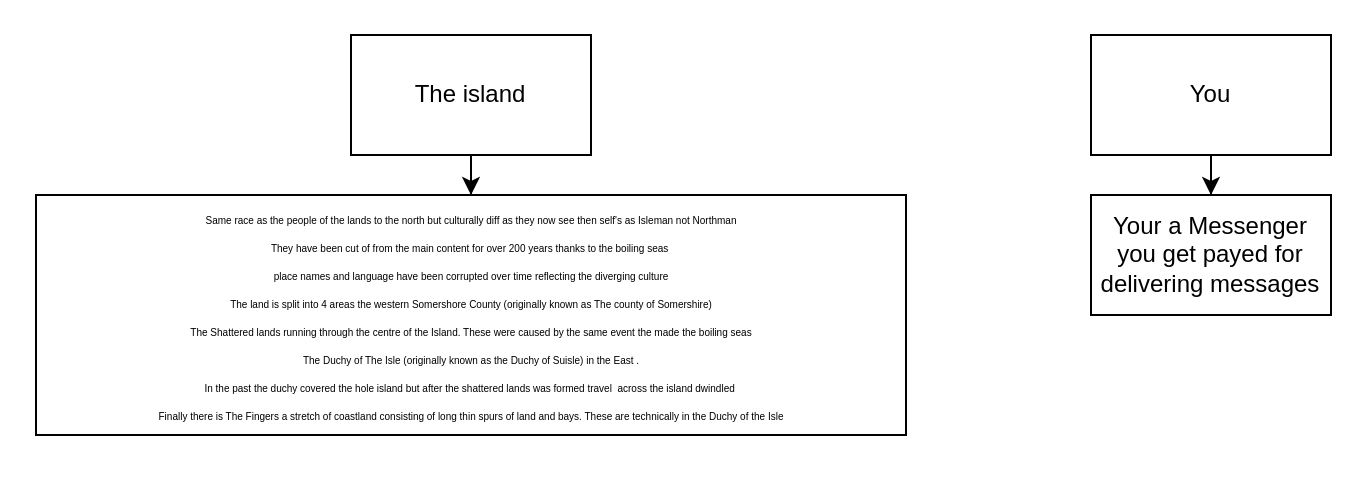
Above: Assets/Early Wiki/Overview.drawio in Auvili/ProjectRPG (draw.io), before the change. Source tidied: cells renumbered, new cells numbered last; positions are measured from the earlier drawing's top-left corner, leaving out a move shared by most shapes. Both pictures are drawn from the tidied source at 200%, with x=0, y=0 at pixel (34, 34).
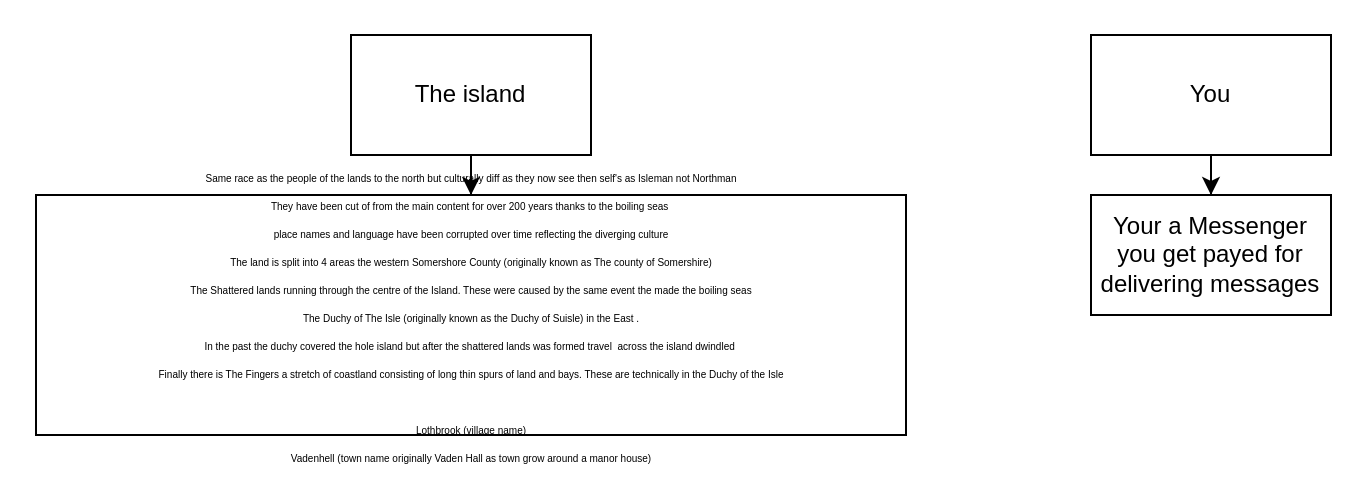
Above is the later version.

Diff of the diagram source:
```diff
@@
 <mxGraphModel>
   <root>
     <mxCell id="0" />
     <mxCell id="1" parent="0" />
     <mxCell id="2" style="edgeStyle=orthogonalEdgeStyle;rounded=0;jettySize=auto;html=1;entryX=0.5;entryY=0;entryDx=0;entryDy=0;" parent="1" edge="1" source="3" target="4">
       <mxGeometry relative="1" as="geometry" />
     </mxCell>
     <mxCell id="3" value="The island" style="rounded=0;whiteSpace=wrap;html=1;" parent="1" vertex="1">
       <mxGeometry x="158" width="120" height="60" as="geometry" />
     </mxCell>
-    <mxCell id="4" value="&lt;div style=&quot;text-wrap-mode: nowrap; line-height: 12px;&quot;&gt;&lt;font style=&quot;font-size: 5px; line-height: 5px;&quot;&gt;Same race as the people of the lands to the&amp;nbsp;&lt;/font&gt;&lt;span style=&quot;font-size: 5px; background-color: transparent; color: light-dark(rgb(0, 0, 0), rgb(255, 255, 255));&quot;&gt;north but culturally diff as they now see then self's as Isleman not Northman&lt;/span&gt;&lt;/div&gt;&lt;div style=&quot;text-wrap-mode: nowrap; line-height: 12px;&quot;&gt;&lt;span style=&quot;font-size: 5px; background-color: transparent; color: light-dark(rgb(0, 0, 0), rgb(255, 255, 255));&quot;&gt;They have been cut of from the main content for over 200 years thanks to the boiling seas&amp;nbsp;&lt;/span&gt;&lt;/div&gt;&lt;div style=&quot;text-wrap-mode: nowrap; line-height: 12px;&quot;&gt;&lt;span style=&quot;font-size: 5px;&quot;&gt;place names and language have been corrupted over time reflecting the diverging culture&lt;/span&gt;&lt;/div&gt;&lt;div style=&quot;text-wrap-mode: nowrap; line-height: 12px;&quot;&gt;&lt;span style=&quot;font-size: 5px;&quot;&gt;The land is split into 4 areas the western Somershore County (originally known as The county of Somershire)&lt;/span&gt;&lt;/div&gt;&lt;div style=&quot;text-wrap-mode: nowrap; line-height: 12px;&quot;&gt;&lt;span style=&quot;font-size: 5px;&quot;&gt;The Shattered lands running through the centre of the Island. These were caused by the same event the made the boiling seas&lt;/span&gt;&lt;/div&gt;&lt;div style=&quot;text-wrap-mode: nowrap; line-height: 12px;&quot;&gt;&lt;span style=&quot;font-size: 5px;&quot;&gt;The Duchy of The Isle (originally known as the Duchy of Suisle) in the East .&lt;/span&gt;&lt;/div&gt;&lt;div style=&quot;text-wrap-mode: nowrap; line-height: 12px;&quot;&gt;&lt;span style=&quot;font-size: 5px;&quot;&gt;In the past the duchy covered the hole island but after the shattered lands was formed travel&amp;nbsp; across the island dwindled&amp;nbsp;&lt;/span&gt;&lt;/div&gt;&lt;div style=&quot;text-wrap-mode: nowrap; line-height: 12px;&quot;&gt;&lt;span style=&quot;font-size: 5px;&quot;&gt;Finally there is The Fingers a stretch of coastland consisting of long thin spurs of land and bays. These are technically in the Duchy of the Isle&lt;/span&gt;&lt;/div&gt;" style="rounded=0;whiteSpace=wrap;html=1;" parent="1" vertex="1">
+    <mxCell id="4" value="&lt;div style=&quot;text-wrap-mode: nowrap; line-height: 12px;&quot;&gt;&lt;font style=&quot;font-size: 5px; line-height: 5px;&quot;&gt;Same race as the people of the lands to the&amp;nbsp;&lt;/font&gt;&lt;span style=&quot;font-size: 5px; background-color: transparent; color: light-dark(rgb(0, 0, 0), rgb(255, 255, 255));&quot;&gt;north but culturally diff as they now see then self's as Isleman not Northman&lt;/span&gt;&lt;/div&gt;&lt;div style=&quot;text-wrap-mode: nowrap; line-height: 12px;&quot;&gt;&lt;span style=&quot;font-size: 5px; background-color: transparent; color: light-dark(rgb(0, 0, 0), rgb(255, 255, 255));&quot;&gt;They have been cut of from the main content for over 200 years thanks to the boiling seas&amp;nbsp;&lt;/span&gt;&lt;/div&gt;&lt;div style=&quot;text-wrap-mode: nowrap; line-height: 12px;&quot;&gt;&lt;span style=&quot;font-size: 5px;&quot;&gt;place names and language have been corrupted over time reflecting the diverging culture&lt;/span&gt;&lt;/div&gt;&lt;div style=&quot;text-wrap-mode: nowrap; line-height: 12px;&quot;&gt;&lt;span style=&quot;font-size: 5px;&quot;&gt;The land is split into 4 areas the western Somershore County (originally known as The county of Somershire)&lt;/span&gt;&lt;/div&gt;&lt;div style=&quot;text-wrap-mode: nowrap; line-height: 12px;&quot;&gt;&lt;span style=&quot;font-size: 5px;&quot;&gt;The Shattered lands running through the centre of the Island. These were caused by the same event the made the boiling seas&lt;/span&gt;&lt;/div&gt;&lt;div style=&quot;text-wrap-mode: nowrap; line-height: 12px;&quot;&gt;&lt;span style=&quot;font-size: 5px;&quot;&gt;The Duchy of The Isle (originally known as the Duchy of Suisle) in the East .&lt;/span&gt;&lt;/div&gt;&lt;div style=&quot;text-wrap-mode: nowrap; line-height: 12px;&quot;&gt;&lt;span style=&quot;font-size: 5px;&quot;&gt;In the past the duchy covered the hole island but after the shattered lands was formed travel&amp;nbsp; across the island dwindled&amp;nbsp;&lt;/span&gt;&lt;/div&gt;&lt;div style=&quot;text-wrap-mode: nowrap; line-height: 12px;&quot;&gt;&lt;span style=&quot;font-size: 5px;&quot;&gt;Finally there is The Fingers a stretch of coastland consisting of long thin spurs of land and bays. These are technically in the Duchy of the Isle&lt;/span&gt;&lt;/div&gt;&lt;div style=&quot;text-wrap-mode: nowrap; line-height: 12px;&quot;&gt;&lt;span style=&quot;font-size: 5px;&quot;&gt;&lt;br&gt;&lt;/span&gt;&lt;/div&gt;&lt;div style=&quot;text-wrap-mode: nowrap; line-height: 12px;&quot;&gt;&lt;span style=&quot;font-size: 5px;&quot;&gt;Lothbrook (village name)&lt;/span&gt;&lt;/div&gt;&lt;div style=&quot;text-wrap-mode: nowrap; line-height: 12px;&quot;&gt;&lt;span style=&quot;font-size: 5px;&quot;&gt;Vadenhell (town name originally Vaden Hall as town grow around a manor house)&lt;/span&gt;&lt;/div&gt;" style="rounded=0;whiteSpace=wrap;html=1;" parent="1" vertex="1">
       <mxGeometry x="0.5" y="80" width="435" height="120" as="geometry" />
     </mxCell>
     <mxCell id="5" style="edgeStyle=orthogonalEdgeStyle;rounded=0;jettySize=auto;html=1;entryX=0.5;entryY=0;entryDx=0;entryDy=0;" parent="1" edge="1" source="6" target="7">
       <mxGeometry relative="1" as="geometry" />
     </mxCell>
     <mxCell id="6" value="You" style="rounded=0;whiteSpace=wrap;html=1;" parent="1" vertex="1">
       <mxGeometry x="528" width="120" height="60" as="geometry" />
     </mxCell>
     <mxCell id="7" value="Your a Messenger you get payed for delivering messages" style="rounded=0;whiteSpace=wrap;html=1;" parent="1" vertex="1">
       <mxGeometry x="528" y="80" width="120" height="60" as="geometry" />
     </mxCell>
   </root>
 </mxGraphModel>
```
